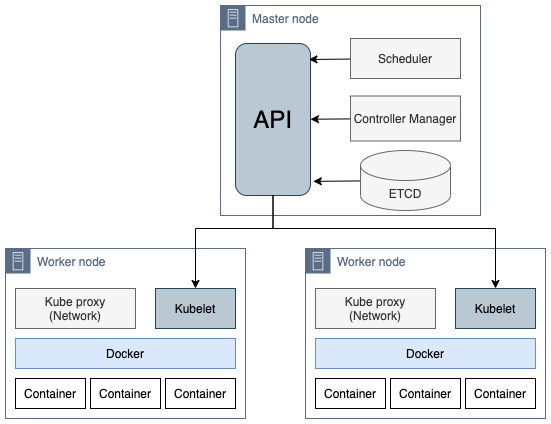
Above: readme/kubernetes-architecture.png in tiennguyenhoan/kubernetes-basic-usage-learning (draw.io), before the change. Source tidied: cells renumbered, new cells last; positions are measured from the earlier drawing's top-left corner, leaving out a move shared by most shapes.
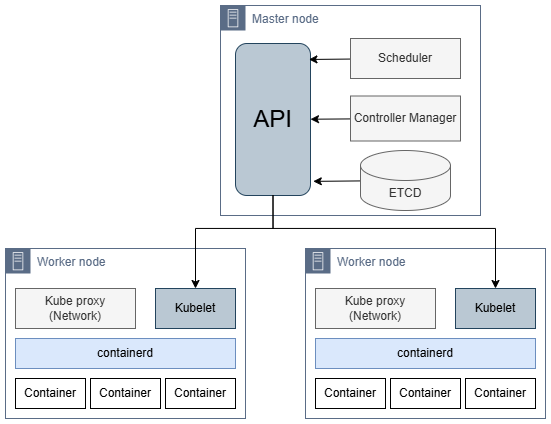
The same file after the commit.

Change to the diagram source:
```diff
@@ -35,7 +35,7 @@
     <mxCell id="12" value="Kube proxy&lt;br&gt;(Network)" style="whiteSpace=wrap;html=1;fillColor=#f5f5f5;fontColor=#333333;strokeColor=#666666;" parent="10" vertex="1">
       <mxGeometry x="10" y="40" width="120" height="40" as="geometry" />
     </mxCell>
-    <mxCell id="13" value="Docker" style="whiteSpace=wrap;html=1;fillColor=#dae8fc;strokeColor=#6c8ebf;" parent="10" vertex="1">
+    <mxCell id="13" value="containerd" style="whiteSpace=wrap;html=1;fillColor=#dae8fc;strokeColor=#6c8ebf;" parent="10" vertex="1">
       <mxGeometry x="10" y="90" width="220" height="30" as="geometry" />
     </mxCell>
     <mxCell id="14" value="Container" style="whiteSpace=wrap;html=1;fontSize=12;" parent="10" vertex="1">
@@ -56,7 +56,7 @@
     <mxCell id="19" value="Kube proxy&lt;br&gt;(Network)" style="whiteSpace=wrap;html=1;fillColor=#f5f5f5;fontColor=#333333;strokeColor=#666666;" parent="17" vertex="1">
       <mxGeometry x="10" y="40" width="120" height="40" as="geometry" />
     </mxCell>
-    <mxCell id="20" value="Docker" style="whiteSpace=wrap;html=1;fillColor=#dae8fc;strokeColor=#6c8ebf;" parent="17" vertex="1">
+    <mxCell id="20" value="containerd" style="whiteSpace=wrap;html=1;fillColor=#dae8fc;strokeColor=#6c8ebf;" parent="17" vertex="1">
       <mxGeometry x="10" y="90" width="220" height="30" as="geometry" />
     </mxCell>
     <mxCell id="21" value="Container" style="whiteSpace=wrap;html=1;fontSize=12;" parent="17" vertex="1">
```
